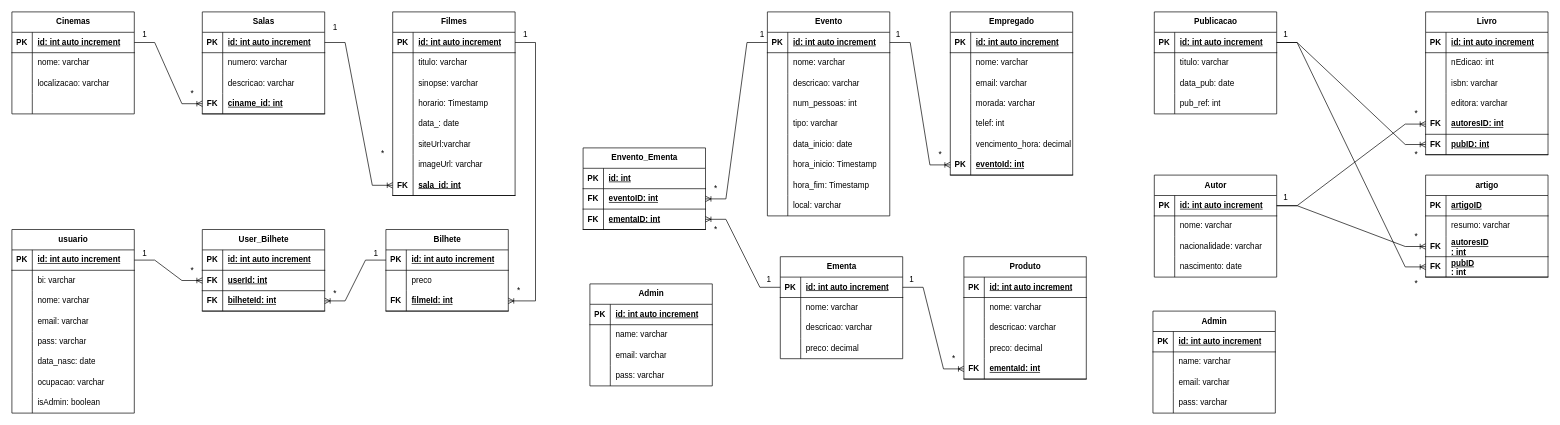
Above: Olivia-Gemima-Jorge.drawio in toydala99/DevariaBD (draw.io), before the change. Source tidied: cells renumbered, new cells numbered last; positions are measured from the earlier drawing's top-left corner, leaving out a move shared by most shapes. Both pictures are drawn from the tidied source at 68%, with x=0, y=0 at pixel (12, 12).
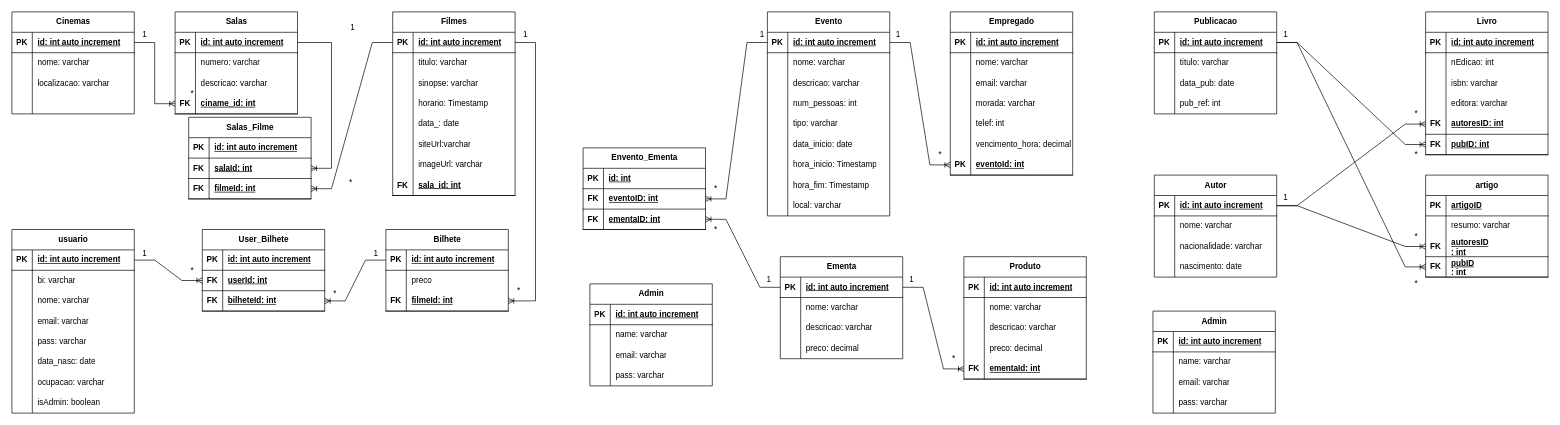
The same diagram, later.

Unchanged cells that the change refers to:
```xml
<mxCell id="16" style="shape=tableRow;horizontal=0;startSize=0;swimlaneHead=0;swimlaneBody=0;fillColor=none;points=[[0,0.5],[1,0.5]];portConstraint=eastwest;top=0;left=0;right=0;bottom=1;" parent="15" vertex="1">
  <mxGeometry y="30" width="180" height="30" as="geometry" />
</mxCell>
<mxCell id="64" style="shape=tableRow;horizontal=0;startSize=0;swimlaneHead=0;swimlaneBody=0;fillColor=none;points=[[0,0.5],[1,0.5]];portConstraint=eastwest;top=0;left=0;right=0;bottom=1;" parent="63" vertex="1">
  <mxGeometry y="30" width="180" height="30" as="geometry" />
</mxCell>
<mxCell id="85" style="shape=tableRow;horizontal=0;startSize=0;swimlaneHead=0;swimlaneBody=0;fillColor=none;points=[[0,0.5],[1,0.5]];portConstraint=eastwest;top=0;left=0;right=0;bottom=1;" parent="63" vertex="1">
  <mxGeometry y="240" width="180" height="30" as="geometry" />
</mxCell>
```

Change to the diagram source:
```diff
@@
     <mxCell id="15" value="Salas" style="shape=table;startSize=30;childLayout=tableLayout;rowLines=0;fontStyle=1;align=center;html=1;" parent="1" vertex="1">
-      <mxGeometry x="280" width="180" height="150" as="geometry" />
+      <mxGeometry x="240" width="180" height="150" as="geometry" />
     </mxCell>
@@
-    <mxCell id="89" style="edgeStyle=entityRelationEdgeStyle;fontSize=12;html=1;endArrow=ERoneToMany;rounded=0;exitX=1;exitY=0.5;exitDx=0;exitDy=0;entryX=0;entryY=0.5;entryDx=0;entryDy=0;" parent="1" edge="1" source="16" target="85">
+    <mxCell id="89" style="edgeStyle=entityRelationEdgeStyle;fontSize=12;html=1;endArrow=ERoneToMany;rounded=0;exitX=1;exitY=0.5;exitDx=0;exitDy=0;" parent="1" edge="1" source="16" target="312">
       <mxGeometry relative="1" as="geometry" />
     </mxCell>
@@
     <mxCell id="92" value="1" style="text;html=1;align=center;verticalAlign=middle;strokeColor=none;fillColor=none;" parent="1" vertex="1">
-      <mxGeometry x="460" y="8" width="30" height="30" as="geometry" />
+      <mxGeometry x="486" y="8" width="30" height="30" as="geometry" />
     </mxCell>
     <mxCell id="93" value="*" style="text;html=1;align=center;verticalAlign=middle;strokeColor=none;fillColor=none;" parent="1" vertex="1">
-      <mxGeometry x="530" y="194" width="30" height="30" as="geometry" />
+      <mxGeometry x="483" y="236" width="30" height="30" as="geometry" />
     </mxCell>
@@
+    <mxCell id="308" value="Salas_Filme" style="shape=table;startSize=30;childLayout=tableLayout;rowLines=0;fontStyle=1;align=center;html=1;" parent="1" vertex="1">
+      <mxGeometry x="260" y="155" width="180" height="120" as="geometry" />
+    </mxCell>
+    <mxCell id="309" style="shape=tableRow;horizontal=0;startSize=0;swimlaneHead=0;swimlaneBody=0;fillColor=none;top=0;left=0;right=0;bottom=1;" parent="308" vertex="1">
+      <mxGeometry y="30" width="180" height="30" as="geometry" />
+    </mxCell>
+    <mxCell id="310" value="PK" style="shape=partialRectangle;fillColor=none;top=0;left=0;bottom=0;right=0;fontStyle=1;overflow=hidden;whiteSpace=wrap;html=1;" parent="309" vertex="1">
+      <mxGeometry width="30" height="30" as="geometry" />
+    </mxCell>
+    <mxCell id="311" value="id: int auto increment" style="shape=partialRectangle;fillColor=none;top=0;left=0;bottom=0;right=0;align=left;spacingLeft=6;fontStyle=5;overflow=hidden;whiteSpace=wrap;html=1;" parent="309" vertex="1">
+      <mxGeometry x="30" width="150" height="30" as="geometry" />
+    </mxCell>
+    <mxCell id="312" style="shape=tableRow;horizontal=0;startSize=0;swimlaneHead=0;swimlaneBody=0;fillColor=none;points=[[0,0.5],[1,0.5]];portConstraint=eastwest;top=0;left=0;right=0;bottom=1;" parent="308" vertex="1">
+      <mxGeometry y="60" width="180" height="30" as="geometry" />
+    </mxCell>
+    <mxCell id="313" value="FK" style="shape=partialRectangle;fillColor=none;top=0;left=0;bottom=0;right=0;fontStyle=1;overflow=hidden;whiteSpace=wrap;html=1;" parent="312" vertex="1">
+      <mxGeometry width="30" height="30" as="geometry" />
+    </mxCell>
+    <mxCell id="314" value="salaId: int" style="shape=partialRectangle;fillColor=none;top=0;left=0;bottom=0;right=0;align=left;spacingLeft=6;fontStyle=5;overflow=hidden;whiteSpace=wrap;html=1;" parent="312" vertex="1">
+      <mxGeometry x="30" width="150" height="30" as="geometry" />
+    </mxCell>
+    <mxCell id="315" style="shape=tableRow;horizontal=0;startSize=0;swimlaneHead=0;swimlaneBody=0;fillColor=none;points=[[0,0.5],[1,0.5]];portConstraint=eastwest;top=0;left=0;right=0;bottom=1;" parent="308" vertex="1">
+      <mxGeometry y="90" width="180" height="30" as="geometry" />
+    </mxCell>
+    <mxCell id="316" value="FK" style="shape=partialRectangle;fillColor=none;top=0;left=0;bottom=0;right=0;fontStyle=1;overflow=hidden;whiteSpace=wrap;html=1;" parent="315" vertex="1">
+      <mxGeometry width="30" height="30" as="geometry" />
+    </mxCell>
+    <mxCell id="317" value="filmeId: int" style="shape=partialRectangle;fillColor=none;top=0;left=0;bottom=0;right=0;align=left;spacingLeft=6;fontStyle=5;overflow=hidden;whiteSpace=wrap;html=1;" parent="315" vertex="1">
+      <mxGeometry x="30" width="150" height="30" as="geometry" />
+    </mxCell>
+    <mxCell id="318" style="edgeStyle=entityRelationEdgeStyle;fontSize=12;html=1;endArrow=ERoneToMany;rounded=0;" parent="1" edge="1" source="64" target="315">
+      <mxGeometry relative="1" as="geometry" />
+    </mxCell>
```
